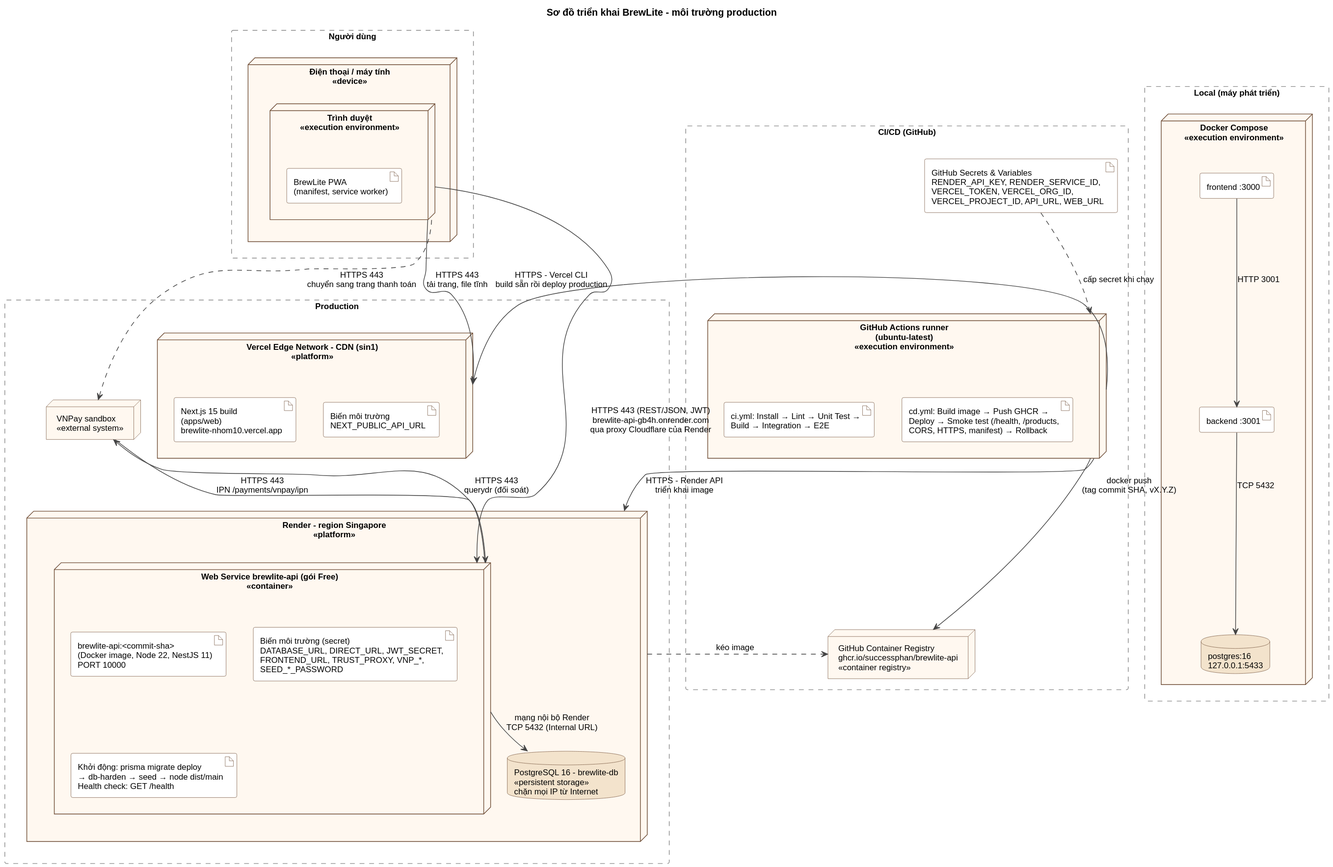
This is docs/architecture/deployment-diagram.svg from SuccessPhan/brewlite-assignment2, a PlantUML export, as it was before one commit.
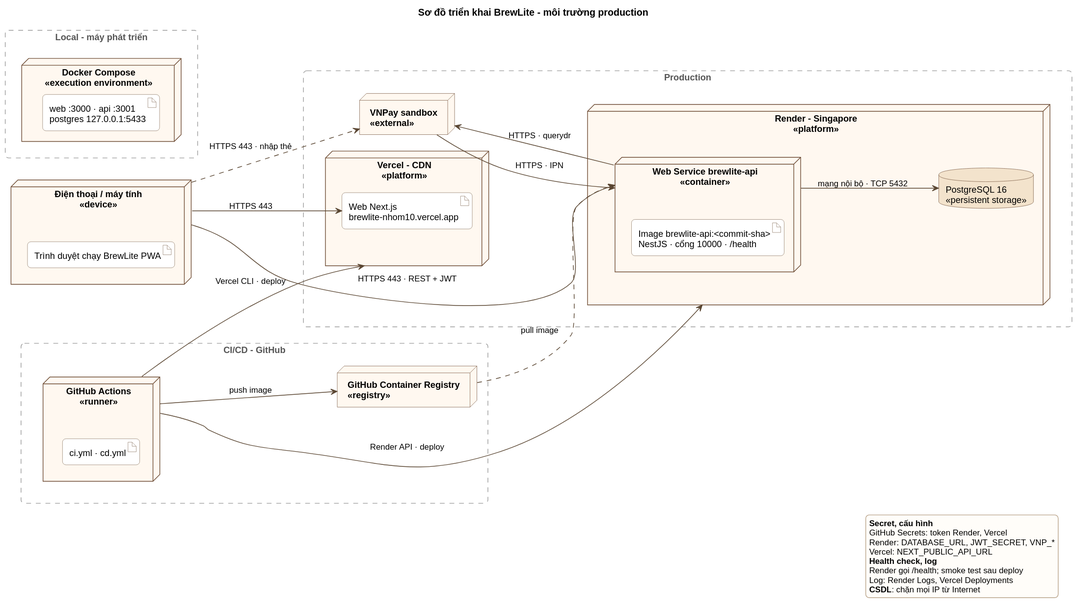
The same diagram one commit later.

Commit message:
docs(architecture): vẽ lại sơ đồ triển khai theo luồng trái sang phải, gom secret, health check, log vào chú thích

The edit, as a diff of the source:
```diff
@@ -1,85 +1,92 @@
 @startuml
 skinparam shadowing false
 skinparam defaultFontName Arial
-skinparam defaultFontSize 12
-skinparam nodesep 40
-skinparam ranksep 55
+skinparam defaultFontSize 13
+skinparam roundCorner 10
+left to right direction
+skinparam nodesep 45
+skinparam ranksep 90
+skinparam ArrowColor #5A4632
+skinparam ArrowFontSize 12
 skinparam node {
   BackgroundColor #FFF8F0
   BorderColor #6F4E37
+  FontStyle bold
 }
 skinparam artifact {
   BackgroundColor #FFFFFF
-  BorderColor #6F4E37
+  BorderColor #8A7560
+  FontStyle normal
 }
 skinparam database {
   BackgroundColor #F3E3CC
   BorderColor #6F4E37
 }
+skinparam legend {
+  BackgroundColor #FFFDF9
+  BorderColor #B9A38A
+  FontSize 12
+}
 skinparam rectangle {
-  BorderColor #8A8A8A
+  BorderColor #9C9C9C
   BorderStyle dashed
+  FontColor #555555
+  FontStyle bold
 }
-skinparam ArrowColor #444444
 
 title Sơ đồ triển khai BrewLite - môi trường production
 
-rectangle "Người dùng" as USR {
-  node "Điện thoại / máy tính\n<<device>>" as Device {
-    node "Trình duyệt\n<<execution environment>>" as Browser {
-      artifact "BrewLite PWA\n(manifest, service worker)" as PWA
+node "Điện thoại / máy tính\n<<device>>" as Device {
+  artifact "Trình duyệt chạy BrewLite PWA" as PWA
+}
+
+rectangle "Production" {
+  node "Vercel - CDN\n<<platform>>" as Vercel {
+    artifact "Web Next.js\nbrewlite-nhom10.vercel.app" as Web
+  }
+  node "Render - Singapore\n<<platform>>" as Render {
+    node "Web Service brewlite-api\n<<container>>" as Api {
+      artifact "Image brewlite-api:<commit-sha>\nNestJS · cổng 10000 · /health" as ApiImg
     }
+    database "PostgreSQL 16\n<<persistent storage>>" as PG
+  }
+  node "VNPay sandbox\n<<external>>" as VNPay
+}
+
+rectangle "CI/CD - GitHub" {
+  node "GitHub Actions\n<<runner>>" as Runner {
+    artifact "ci.yml · cd.yml" as Workflows
+  }
+  node "GitHub Container Registry\n<<registry>>" as GHCR
+}
+
+rectangle "Local - máy phát triển" {
+  node "Docker Compose\n<<execution environment>>" as Compose {
+    artifact "web :3000 · api :3001\npostgres 127.0.0.1:5433" as LocalStack
   }
 }
 
-rectangle "Production" as PROD {
-  node "Vercel Edge Network - CDN (sin1)\n<<platform>>" as Vercel {
-    artifact "Next.js 15 build\n(apps/web)\nbrewlite-nhom10.vercel.app" as WebBuild
-    artifact "Biến môi trường\nNEXT_PUBLIC_API_URL" as WebEnv
-  }
+Device --> Web : HTTPS 443
+Device --> Api : HTTPS 443 · REST + JWT
+Device ..> VNPay : HTTPS 443 · nhập thẻ
 
-  node "Render - region Singapore\n<<platform>>" as Render {
-    node "Web Service brewlite-api (gói Free)\n<<container>>" as ApiSvc {
-      artifact "brewlite-api:<commit-sha>\n(Docker image, Node 22, NestJS 11)\nPORT 10000" as ApiImg
-      artifact "Biến môi trường (secret)\nDATABASE_URL, DIRECT_URL, JWT_SECRET,\nFRONTEND_URL, TRUST_PROXY, VNP_*,\nSEED_*_PASSWORD" as ApiEnv
-      artifact "Khởi động: prisma migrate deploy\n→ db-harden → seed → node dist/main\nHealth check: GET /health" as Boot
-    }
-    database "PostgreSQL 16 - brewlite-db\n<<persistent storage>>\nchặn mọi IP từ Internet" as PG
-  }
+Api --> PG : mạng nội bộ · TCP 5432
+VNPay --> Api : HTTPS · IPN
+Api --> VNPay : HTTPS · querydr
 
-  node "VNPay sandbox\n<<external system>>" as VNPay
-}
+Runner --> GHCR : push image
+GHCR ..> Api : pull image
+Runner --> Render : Render API · deploy
+Runner --> Vercel : Vercel CLI · deploy
 
-rectangle "CI/CD (GitHub)" as CICD {
-  node "GitHub Actions runner\n(ubuntu-latest)\n<<execution environment>>" as Runner {
-    artifact "ci.yml: Install → Lint → Unit Test →\nBuild → Integration → E2E" as CI
-    artifact "cd.yml: Build image → Push GHCR →\nDeploy → Smoke test (/health, /products,\nCORS, HTTPS, manifest) → Rollback" as CD
-  }
-  node "GitHub Container Registry\nghcr.io/successphan/brewlite-api\n<<container registry>>" as GHCR
-  artifact "GitHub Secrets & Variables\nRENDER_API_KEY, RENDER_SERVICE_ID,\nVERCEL_TOKEN, VERCEL_ORG_ID,\nVERCEL_PROJECT_ID, API_URL, WEB_URL" as Secrets
-}
-
-rectangle "Local (máy phát triển)" as LOCAL {
-  node "Docker Compose\n<<execution environment>>" as Compose {
-    artifact "frontend :3000" as LWeb
-    artifact "backend :3001" as LApi
-    database "postgres:16\n127.0.0.1:5433" as LDb
-  }
-}
-
-Browser --> Vercel : HTTPS 443\ntải trang, file tĩnh
-Browser --> ApiSvc : HTTPS 443 (REST/JSON, JWT)\nbrewlite-api-gb4h.onrender.com\nqua proxy Cloudflare của Render
-Browser ..> VNPay : HTTPS 443\nchuyển sang trang thanh toán
-ApiSvc --> PG : mạng nội bộ Render\nTCP 5432 (Internal URL)
-VNPay --> ApiSvc : HTTPS 443\nIPN /payments/vnpay/ipn
-ApiSvc --> VNPay : HTTPS 443\nquerydr (đối soát)
-
-Runner --> GHCR : docker push\n(tag commit SHA, vX.Y.Z)
-Runner --> Render : HTTPS - Render API\ntriển khai image
-Render ..> GHCR : kéo image
-Runner --> Vercel : HTTPS - Vercel CLI\nbuild sẵn rồi deploy production
-Secrets ..> Runner : cấp secret khi chạy
-
-LWeb --> LApi : HTTP 3001
-LApi --> LDb : TCP 5432
+legend right
+  <b>Secret, cấu hình</b>
+  GitHub Secrets: token Render, Vercel
+  Render: DATABASE_URL, JWT_SECRET, VNP_*
+  Vercel: NEXT_PUBLIC_API_URL
+  <b>Health check, log</b>
+  Render gọi /health; smoke test sau deploy
+  Log: Render Logs, Vercel Deployments
+  <b>CSDL</b>: chặn mọi IP từ Internet
+endlegend
 @enduml
```
